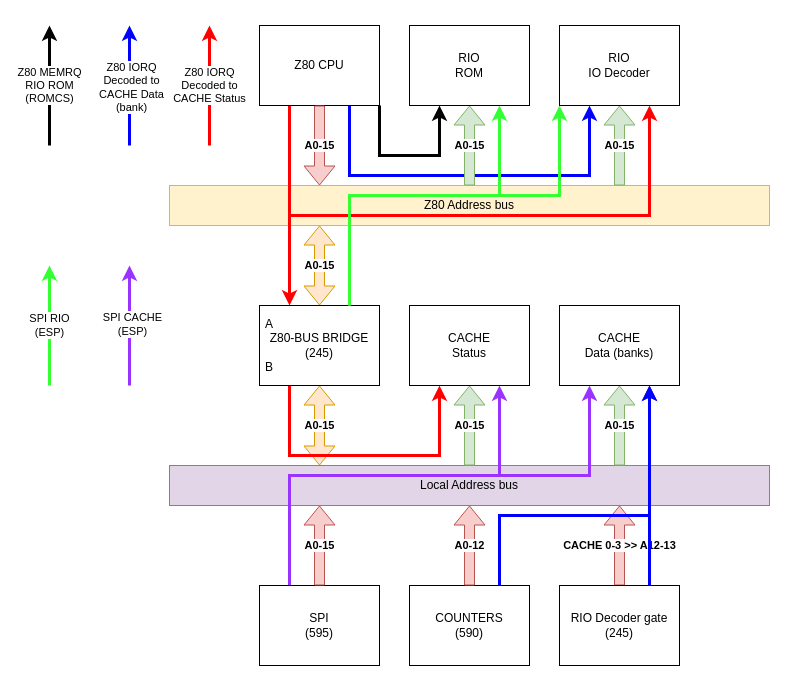
thweasel/FujiSim_Test1 keeps this draw.io diagram as Docs/Address BUS Block diagram.drawio. Above is the earlier version. Source tidied: cells renumbered, new cells numbered last; positions are measured from the earlier drawing's top-left corner, leaving out a move shared by most shapes. Both pictures are drawn from the tidied source at 100%, with x=0, y=0 at pixel (49, 25).
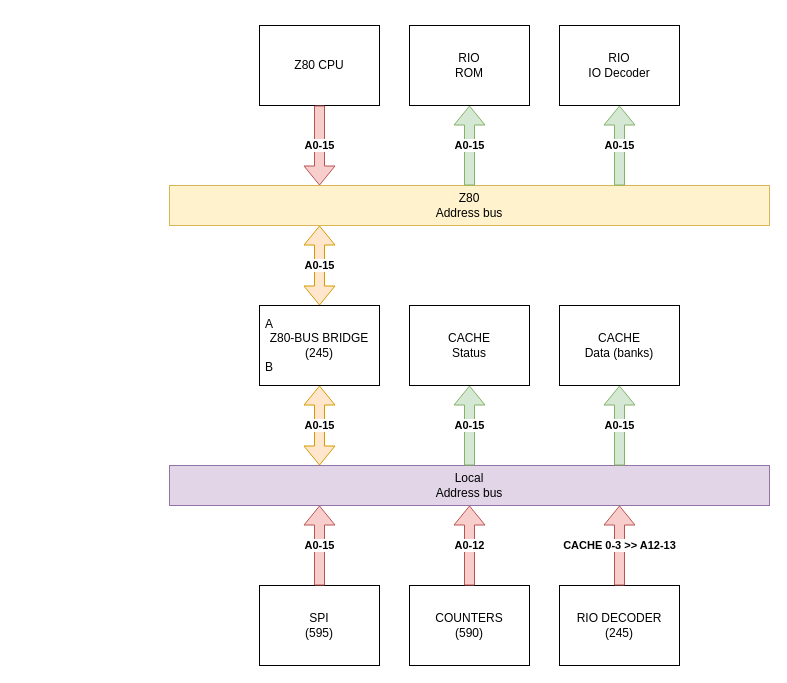
The same page after the edit.

The change refers to these unchanged cells:
```xml
<mxCell id="13" value="COUNTERS&lt;br&gt;(590)" style="rounded=0;whiteSpace=wrap;html=1;" parent="1" vertex="1">
  <mxGeometry x="360" y="560" width="120" height="80" as="geometry" />
</mxCell>
<mxCell id="24" value="Z80 CPU" style="rounded=0;whiteSpace=wrap;html=1;" parent="1" vertex="1">
  <mxGeometry x="210" width="120" height="80" as="geometry" />
</mxCell>
<mxCell id="26" value="RIO&lt;br&gt;ROM" style="rounded=0;whiteSpace=wrap;html=1;" parent="1" vertex="1">
  <mxGeometry x="360" width="120" height="80" as="geometry" />
</mxCell>
<mxCell id="27" value="RIO&lt;br&gt;IO Decoder" style="rounded=0;whiteSpace=wrap;html=1;" parent="1" vertex="1">
  <mxGeometry x="510" width="120" height="80" as="geometry" />
</mxCell>
<mxCell id="30" value="CACHE&lt;br&gt;Status" style="rounded=0;whiteSpace=wrap;html=1;" parent="1" vertex="1">
  <mxGeometry x="360" y="280" width="120" height="80" as="geometry" />
</mxCell>
<mxCell id="31" value="CACHE&lt;br&gt;Data (banks)" style="rounded=0;whiteSpace=wrap;html=1;" parent="1" vertex="1">
  <mxGeometry x="510" y="280" width="120" height="80" as="geometry" />
</mxCell>
```

Diff of the diagram source:
```diff
@@
-    <mxCell id="2" value="CACHE 0-3 &amp;gt;&amp;gt; A12-13" style="shape=flexArrow;endArrow=classic;html=1;rounded=0;entryX=0.75;entryY=1;entryDx=0;entryDy=0;exitX=0.5;exitY=0;exitDx=0;exitDy=0;fontStyle=1;fillColor=#f8cecc;strokeColor=#b85450;" parent="1" edge="1" source="15" target="4">
-      <mxGeometry relative="1" as="geometry" />
-    </mxCell>
-    <mxCell id="3" value="A0-15" style="shape=flexArrow;endArrow=classic;startArrow=classic;html=1;rounded=0;exitX=0.5;exitY=1;exitDx=0;exitDy=0;entryX=0.25;entryY=0;entryDx=0;entryDy=0;fontStyle=1;fillColor=#ffe6cc;strokeColor=#d79b00;" parent="1" edge="1" source="6" target="4">
-      <mxGeometry relative="1" as="geometry" />
-    </mxCell>
+    <mxCell id="6" value="Z80-BUS BRIDGE&lt;br&gt;(245)" style="rounded=0;whiteSpace=wrap;html=1;" parent="1" vertex="1">
+      <mxGeometry x="210" y="280" width="120" height="80" as="geometry" />
+    </mxCell>
+    <mxCell id="10" value="SPI&lt;br&gt;(595)" style="rounded=0;whiteSpace=wrap;html=1;" parent="1" vertex="1">
+      <mxGeometry x="210" y="560" width="120" height="80" as="geometry" />
+    </mxCell>
-    <mxCell id="4" value="Local Address bus" style="rounded=0;whiteSpace=wrap;html=1;fillColor=#e1d5e7;strokeColor=#9673a6;" parent="1" vertex="1">
+    <mxCell id="4" value="Local &lt;br&gt;Address bus" style="rounded=0;whiteSpace=wrap;html=1;fillColor=#e1d5e7;strokeColor=#9673a6;" parent="1" vertex="1">
       <mxGeometry x="120" y="440" width="600" height="40" as="geometry" />
     </mxCell>
-    <mxCell id="5" style="edgeStyle=orthogonalEdgeStyle;rounded=0;jettySize=auto;html=1;exitX=0.25;exitY=1;exitDx=0;exitDy=0;entryX=0.25;entryY=1;entryDx=0;entryDy=0;strokeColor=#FF0000;strokeWidth=3;" parent="1" edge="1" source="6" target="30">
-      <mxGeometry relative="1" as="geometry">
-        <Array as="points">
-          <mxPoint x="240" y="430" />
-          <mxPoint x="390" y="430" />
-        </Array>
-      </mxGeometry>
-    </mxCell>
-    <mxCell id="6" value="Z80-BUS BRIDGE&lt;br&gt;(245)" style="rounded=0;whiteSpace=wrap;html=1;" parent="1" vertex="1">
-      <mxGeometry x="210" y="280" width="120" height="80" as="geometry" />
-    </mxCell>
-    <mxCell id="7" value="SPI RIO&lt;br&gt;(ESP)" style="edgeStyle=orthogonalEdgeStyle;rounded=0;orthogonalLoop=1;jettySize=auto;html=1;strokeColor=#33FF33;strokeWidth=3;" parent="1" edge="1">
-      <mxGeometry relative="1" as="geometry">
-        <mxPoint y="360" as="sourcePoint" />
-        <mxPoint y="240" as="targetPoint" />
-      </mxGeometry>
-    </mxCell>
-    <mxCell id="8" style="edgeStyle=orthogonalEdgeStyle;rounded=0;jettySize=auto;html=1;exitX=0.25;exitY=0;exitDx=0;exitDy=0;entryX=0.75;entryY=1;entryDx=0;entryDy=0;strokeColor=#9933FF;strokeWidth=3;" parent="1" edge="1" source="10" target="30">
-      <mxGeometry relative="1" as="geometry">
-        <Array as="points">
-          <mxPoint x="240" y="450" />
-          <mxPoint x="450" y="450" />
-        </Array>
-      </mxGeometry>
-    </mxCell>
-    <mxCell id="9" style="edgeStyle=orthogonalEdgeStyle;rounded=0;jettySize=auto;html=1;exitX=0.25;exitY=0;exitDx=0;exitDy=0;entryX=0.25;entryY=1;entryDx=0;entryDy=0;strokeColor=#9933FF;strokeWidth=3;" parent="1" edge="1" source="10" target="31">
-      <mxGeometry relative="1" as="geometry">
-        <Array as="points">
-          <mxPoint x="240" y="450" />
-          <mxPoint x="540" y="450" />
-        </Array>
-      </mxGeometry>
-    </mxCell>
-    <mxCell id="10" value="SPI&lt;br&gt;(595)" style="rounded=0;whiteSpace=wrap;html=1;" parent="1" vertex="1">
-      <mxGeometry x="210" y="560" width="120" height="80" as="geometry" />
-    </mxCell>
-    <mxCell id="11" value="Z80 Address bus" style="rounded=0;whiteSpace=wrap;html=1;fillColor=#fff2cc;strokeColor=#d6b656;" parent="1" vertex="1">
+    <mxCell id="11" value="Z80&lt;br&gt;Address bus" style="rounded=0;whiteSpace=wrap;html=1;fillColor=#fff2cc;strokeColor=#d6b656;" parent="1" vertex="1">
       <mxGeometry x="120" y="160" width="600" height="40" as="geometry" />
     </mxCell>
-    <mxCell id="12" style="edgeStyle=orthogonalEdgeStyle;rounded=0;jettySize=auto;html=1;exitX=0.75;exitY=0;exitDx=0;exitDy=0;entryX=0.75;entryY=1;entryDx=0;entryDy=0;strokeColor=#0000FF;strokeWidth=3;" parent="1" edge="1" source="13" target="31">
-      <mxGeometry relative="1" as="geometry">
-        <Array as="points">
-          <mxPoint x="450" y="490" />
-          <mxPoint x="600" y="490" />
-        </Array>
-      </mxGeometry>
-    </mxCell>
@@
-    <mxCell id="14" style="edgeStyle=orthogonalEdgeStyle;rounded=0;jettySize=auto;html=1;exitX=0.75;exitY=0;exitDx=0;exitDy=0;strokeColor=#0000FF;entryX=0.75;entryY=1;entryDx=0;entryDy=0;strokeWidth=3;" parent="1" edge="1" source="15" target="31">
-      <mxGeometry relative="1" as="geometry" />
-    </mxCell>
-    <mxCell id="15" value="RIO Decoder gate&lt;br&gt;(245)" style="rounded=0;whiteSpace=wrap;html=1;" parent="1" vertex="1">
+    <mxCell id="15" value="RIO DECODER &lt;br&gt;(245)" style="rounded=0;whiteSpace=wrap;html=1;" parent="1" vertex="1">
       <mxGeometry x="510" y="560" width="120" height="80" as="geometry" />
     </mxCell>
@@
+    <mxCell id="3" value="A0-15" style="shape=flexArrow;endArrow=classic;startArrow=classic;html=1;rounded=0;exitX=0.5;exitY=1;exitDx=0;exitDy=0;entryX=0.25;entryY=0;entryDx=0;entryDy=0;fontStyle=1;fillColor=#ffe6cc;strokeColor=#d79b00;" parent="1" edge="1" source="6" target="4">
+      <mxGeometry relative="1" as="geometry" />
+    </mxCell>
+    <mxCell id="2" value="CACHE 0-3 &amp;gt;&amp;gt; A12-13" style="shape=flexArrow;endArrow=classic;html=1;rounded=0;entryX=0.75;entryY=1;entryDx=0;entryDy=0;exitX=0.5;exitY=0;exitDx=0;exitDy=0;fontStyle=1;fillColor=#f8cecc;strokeColor=#b85450;" parent="1" edge="1" source="15" target="4">
+      <mxGeometry relative="1" as="geometry" />
+    </mxCell>
@@
-    <mxCell id="20" style="edgeStyle=orthogonalEdgeStyle;rounded=0;jettySize=auto;html=1;exitX=0.25;exitY=1;exitDx=0;exitDy=0;entryX=0.25;entryY=0;entryDx=0;entryDy=0;strokeColor=#FF0000;strokeWidth=3;" parent="1" edge="1" source="24" target="6">
-      <mxGeometry relative="1" as="geometry" />
-    </mxCell>
-    <mxCell id="21" style="edgeStyle=orthogonalEdgeStyle;rounded=0;jettySize=auto;html=1;exitX=0.75;exitY=1;exitDx=0;exitDy=0;entryX=0.25;entryY=1;entryDx=0;entryDy=0;strokeColor=#0000FF;strokeWidth=3;" parent="1" edge="1" source="24" target="27">
-      <mxGeometry relative="1" as="geometry">
-        <Array as="points">
-          <mxPoint x="300" y="150" />
-          <mxPoint x="540" y="150" />
-        </Array>
-      </mxGeometry>
-    </mxCell>
-    <mxCell id="22" style="edgeStyle=orthogonalEdgeStyle;rounded=0;jettySize=auto;html=1;exitX=0.25;exitY=1;exitDx=0;exitDy=0;entryX=0.75;entryY=1;entryDx=0;entryDy=0;strokeColor=#FF0000;strokeWidth=3;" parent="1" edge="1" source="24" target="27">
-      <mxGeometry relative="1" as="geometry">
-        <Array as="points">
-          <mxPoint x="240" y="190" />
-          <mxPoint x="600" y="190" />
-        </Array>
-      </mxGeometry>
-    </mxCell>
-    <mxCell id="23" style="edgeStyle=orthogonalEdgeStyle;rounded=0;jettySize=auto;html=1;exitX=1;exitY=1;exitDx=0;exitDy=0;entryX=0.25;entryY=1;entryDx=0;entryDy=0;strokeWidth=3;" parent="1" edge="1" source="24" target="26">
-      <mxGeometry relative="1" as="geometry">
-        <Array as="points">
-          <mxPoint x="330" y="130" />
-          <mxPoint x="390" y="130" />
-        </Array>
-      </mxGeometry>
-    </mxCell>
@@
-    <mxCell id="34" style="edgeStyle=orthogonalEdgeStyle;rounded=0;jettySize=auto;html=1;exitX=0.75;exitY=0;exitDx=0;exitDy=0;entryX=0.75;entryY=1;entryDx=0;entryDy=0;strokeColor=#33FF33;strokeWidth=3;" parent="1" edge="1" source="6" target="26">
-      <mxGeometry relative="1" as="geometry">
-        <Array as="points">
-          <mxPoint x="300" y="170" />
-          <mxPoint x="450" y="170" />
-        </Array>
-      </mxGeometry>
-    </mxCell>
-    <mxCell id="35" style="edgeStyle=orthogonalEdgeStyle;rounded=0;jettySize=auto;html=1;exitX=0.75;exitY=0;exitDx=0;exitDy=0;entryX=0;entryY=1;entryDx=0;entryDy=0;strokeColor=#33FF33;strokeWidth=3;" parent="1" edge="1" source="6" target="27">
-      <mxGeometry relative="1" as="geometry">
-        <Array as="points">
-          <mxPoint x="300" y="170" />
-          <mxPoint x="510" y="170" />
-        </Array>
-      </mxGeometry>
-    </mxCell>
-    <mxCell id="36" value="Z80 IORQ&lt;br&gt;Decoded to&lt;br&gt;CACHE Status" style="edgeStyle=orthogonalEdgeStyle;rounded=0;orthogonalLoop=1;jettySize=auto;html=1;strokeColor=#FF0000;strokeWidth=3;" parent="1" edge="1">
-      <mxGeometry relative="1" as="geometry">
-        <mxPoint x="160" y="120" as="sourcePoint" />
-        <mxPoint x="160" as="targetPoint" />
-      </mxGeometry>
-    </mxCell>
-    <mxCell id="37" style="edgeStyle=orthogonalEdgeStyle;rounded=0;orthogonalLoop=1;jettySize=auto;html=1;strokeColor=#0000FF;strokeWidth=3;" parent="1" edge="1">
-      <mxGeometry relative="1" as="geometry">
-        <mxPoint x="80" y="120" as="sourcePoint" />
-        <mxPoint x="80" as="targetPoint" />
-        <Array as="points">
-          <mxPoint x="80" y="70" />
-          <mxPoint x="80" y="70" />
-        </Array>
-      </mxGeometry>
-    </mxCell>
-    <mxCell id="38" value="Z80 IORQ&lt;br style=&quot;border-color: var(--border-color);&quot;&gt;Decoded to&lt;br style=&quot;border-color: var(--border-color);&quot;&gt;CACHE Data &lt;br&gt;(bank)" style="edgeLabel;html=1;align=center;verticalAlign=middle;" parent="37" vertex="1">
-      <mxGeometry x="-0.02" y="-1" relative="1" as="geometry" />
-    </mxCell>
-    <mxCell id="39" style="edgeStyle=orthogonalEdgeStyle;rounded=0;orthogonalLoop=1;jettySize=auto;html=1;strokeColor=#9933FF;strokeWidth=3;" parent="1" edge="1">
-      <mxGeometry relative="1" as="geometry">
-        <mxPoint x="80" y="360" as="sourcePoint" />
-        <mxPoint x="80" y="240" as="targetPoint" />
-        <Array as="points">
-          <mxPoint x="80" y="330" />
-          <mxPoint x="80" y="330" />
-        </Array>
-      </mxGeometry>
-    </mxCell>
-    <mxCell id="40" value="SPI CACHE&lt;br&gt;(ESP)" style="edgeLabel;html=1;align=center;verticalAlign=middle;" parent="39" vertex="1">
-      <mxGeometry x="0.03" y="-2" relative="1" as="geometry" />
-    </mxCell>
-    <mxCell id="41" value="Z80 MEMRQ&lt;br&gt;RIO ROM&lt;br&gt;(ROMCS)" style="edgeStyle=orthogonalEdgeStyle;rounded=0;orthogonalLoop=1;jettySize=auto;html=1;strokeWidth=3;" parent="1" edge="1">
-      <mxGeometry relative="1" as="geometry">
-        <mxPoint y="120" as="sourcePoint" />
-        <mxPoint as="targetPoint" />
-        <Array as="points">
-          <mxPoint y="90" />
-          <mxPoint y="90" />
-        </Array>
-      </mxGeometry>
-    </mxCell>
```
